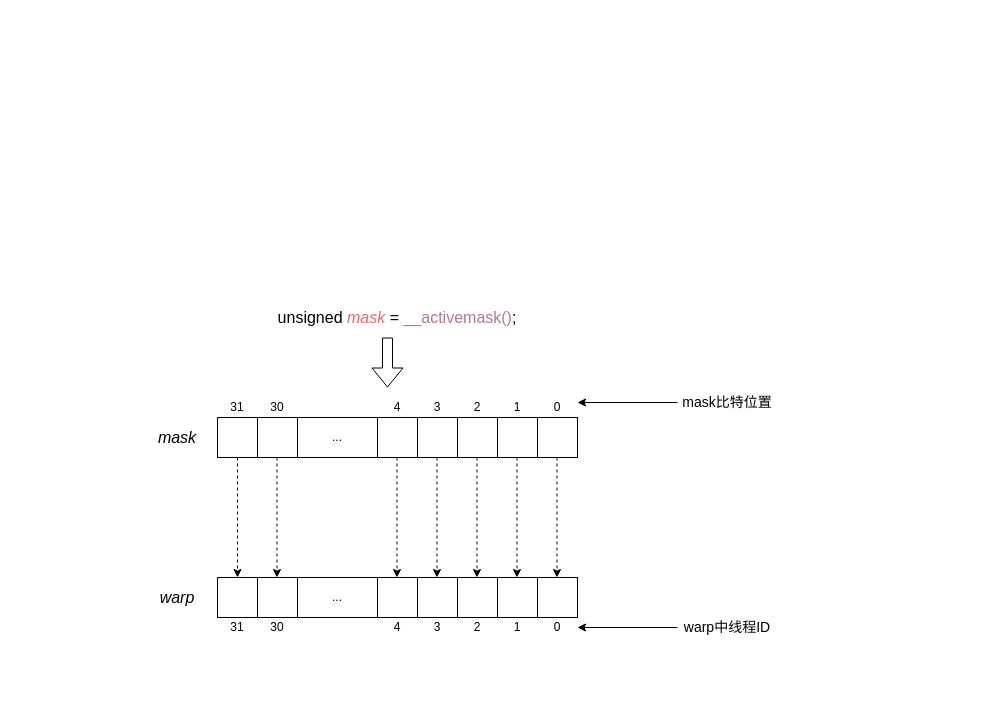
Above: warp/warp_vote/__activemask.drawio in alanzhai219/cuda_learn (draw.io), before the change. Source tidied: cells renumbered, new cells numbered last; positions are measured from the earlier drawing's top-left corner, leaving out a move shared by most shapes. Both pictures are drawn from the tidied source at 100%, with x=0, y=0 at pixel (137, 297).
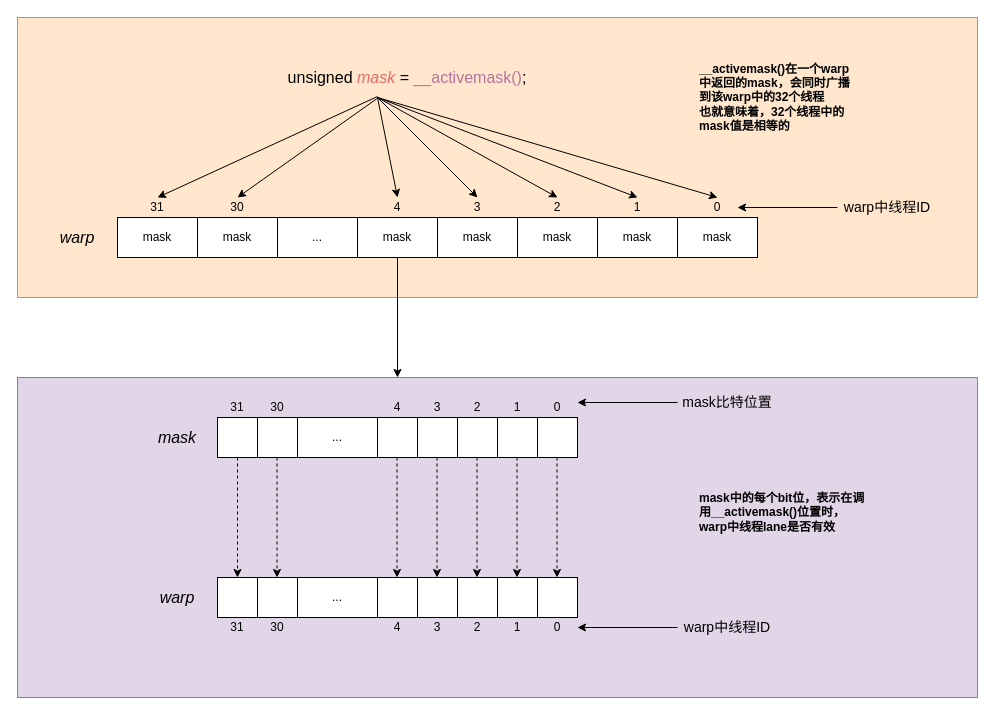
The same page after the edit.

Diff of the diagram source:
```diff
@@
+    <mxCell id="47" style="rounded=0;whiteSpace=wrap;html=1;strokeWidth=1;fillColor=#e1d5e7;strokeColor=#9673a6;" parent="1" vertex="1">
+      <mxGeometry x="-120" y="80" width="960" height="320" as="geometry" />
+    </mxCell>
+    <mxCell id="48" style="rounded=0;whiteSpace=wrap;html=1;strokeWidth=1;fillColor=#ffe6cc;strokeColor=#d79b00;" parent="1" vertex="1">
+      <mxGeometry x="-120" y="-280" width="960" height="280" as="geometry" />
+    </mxCell>
@@
     <mxCell id="8" value="&lt;font style=&quot;font-size: 16px&quot;&gt;unsigned &lt;font color=&quot;#ea6b66&quot;&gt;&lt;i&gt;mask&lt;/i&gt;&lt;/font&gt; = &lt;font color=&quot;#b5739d&quot;&gt;__activemask()&lt;/font&gt;;&lt;/font&gt;" style="text;html=1;strokeColor=none;fillColor=none;align=center;verticalAlign=middle;whiteSpace=wrap;rounded=0;" parent="1" vertex="1">
-      <mxGeometry x="120" width="280" height="40" as="geometry" />
+      <mxGeometry x="130" y="-240" width="280" height="40" as="geometry" />
     </mxCell>
@@
-    <mxCell id="35" style="shape=flexArrow;endArrow=classic;html=1;" parent="1" edge="1">
-      <mxGeometry relative="1" as="geometry">
-        <mxPoint x="250" y="40" as="sourcePoint" />
-        <mxPoint x="250" y="90" as="targetPoint" />
-      </mxGeometry>
-    </mxCell>
@@
     <mxCell id="45" style="endArrow=classic;html=1;entryX=1;entryY=0.25;entryDx=0;entryDy=0;" parent="1" edge="1" source="46">
       <mxGeometry relative="1" as="geometry">
-        <mxPoint x="440" y="330" as="targetPoint" />
+        <mxPoint x="600" y="-90" as="targetPoint" />
       </mxGeometry>
     </mxCell>
     <mxCell id="46" value="&lt;font style=&quot;font-size: 14px&quot;&gt;warp中线程ID&lt;/font&gt;" style="text;html=1;strokeColor=none;fillColor=none;align=center;verticalAlign=middle;whiteSpace=wrap;rounded=0;strokeWidth=1;" parent="1" vertex="1">
-      <mxGeometry x="540" y="320" width="100" height="20" as="geometry" />
+      <mxGeometry x="700" y="-100" width="100" height="20" as="geometry" />
     </mxCell>
+    <mxCell id="49" value="mask" style="rounded=0;whiteSpace=wrap;html=1;" parent="1" vertex="1">
+      <mxGeometry x="220" y="-80" width="80" height="40" as="geometry" />
+    </mxCell>
+    <mxCell id="50" value="mask" style="rounded=0;whiteSpace=wrap;html=1;" parent="1" vertex="1">
+      <mxGeometry x="300" y="-80" width="80" height="40" as="geometry" />
+    </mxCell>
+    <mxCell id="51" value="..." style="rounded=0;whiteSpace=wrap;html=1;" parent="1" vertex="1">
+      <mxGeometry x="140" y="-80" width="80" height="40" as="geometry" />
+    </mxCell>
+    <mxCell id="52" value="mask" style="rounded=0;whiteSpace=wrap;html=1;" parent="1" vertex="1">
+      <mxGeometry x="540" y="-80" width="80" height="40" as="geometry" />
+    </mxCell>
+    <mxCell id="53" value="mask" style="rounded=0;whiteSpace=wrap;html=1;" parent="1" vertex="1">
+      <mxGeometry x="460" y="-80" width="80" height="40" as="geometry" />
+    </mxCell>
+    <mxCell id="54" value="mask" style="rounded=0;whiteSpace=wrap;html=1;" parent="1" vertex="1">
+      <mxGeometry x="380" y="-80" width="80" height="40" as="geometry" />
+    </mxCell>
+    <mxCell id="55" value="mask" style="rounded=0;whiteSpace=wrap;html=1;" parent="1" vertex="1">
+      <mxGeometry x="60" y="-80" width="80" height="40" as="geometry" />
+    </mxCell>
+    <mxCell id="56" value="mask" style="rounded=0;whiteSpace=wrap;html=1;" parent="1" vertex="1">
+      <mxGeometry x="-20" y="-80" width="80" height="40" as="geometry" />
+    </mxCell>
+    <mxCell id="57" value="&lt;font style=&quot;font-size: 16px&quot;&gt;&lt;i&gt;warp&lt;/i&gt;&lt;/font&gt;" style="text;html=1;strokeColor=none;fillColor=none;align=center;verticalAlign=middle;whiteSpace=wrap;rounded=0;" parent="1" vertex="1">
+      <mxGeometry x="-100" y="-80" width="80" height="40" as="geometry" />
+    </mxCell>
+    <mxCell id="58" value="0" style="text;html=1;strokeColor=none;fillColor=none;align=center;verticalAlign=middle;whiteSpace=wrap;rounded=0;" parent="1" vertex="1">
+      <mxGeometry x="560" y="-100" width="40" height="20" as="geometry" />
+    </mxCell>
+    <mxCell id="59" value="4" style="text;html=1;strokeColor=none;fillColor=none;align=center;verticalAlign=middle;whiteSpace=wrap;rounded=0;" parent="1" vertex="1">
+      <mxGeometry x="240" y="-100" width="40" height="20" as="geometry" />
+    </mxCell>
+    <mxCell id="60" value="3" style="text;html=1;strokeColor=none;fillColor=none;align=center;verticalAlign=middle;whiteSpace=wrap;rounded=0;" parent="1" vertex="1">
+      <mxGeometry x="320" y="-100" width="40" height="20" as="geometry" />
+    </mxCell>
+    <mxCell id="61" value="2" style="text;html=1;strokeColor=none;fillColor=none;align=center;verticalAlign=middle;whiteSpace=wrap;rounded=0;" parent="1" vertex="1">
+      <mxGeometry x="400" y="-100" width="40" height="20" as="geometry" />
+    </mxCell>
+    <mxCell id="62" value="1" style="text;html=1;strokeColor=none;fillColor=none;align=center;verticalAlign=middle;whiteSpace=wrap;rounded=0;" parent="1" vertex="1">
+      <mxGeometry x="480" y="-100" width="40" height="20" as="geometry" />
+    </mxCell>
+    <mxCell id="63" value="30" style="text;html=1;strokeColor=none;fillColor=none;align=center;verticalAlign=middle;whiteSpace=wrap;rounded=0;" parent="1" vertex="1">
+      <mxGeometry x="80" y="-100" width="40" height="20" as="geometry" />
+    </mxCell>
+    <mxCell id="64" value="31" style="text;html=1;strokeColor=none;fillColor=none;align=center;verticalAlign=middle;whiteSpace=wrap;rounded=0;" parent="1" vertex="1">
+      <mxGeometry y="-100" width="40" height="20" as="geometry" />
+    </mxCell>
+    <mxCell id="65" style="endArrow=classic;html=1;" parent="1" edge="1" source="49">
+      <mxGeometry relative="1" as="geometry">
+        <mxPoint x="260" y="80" as="targetPoint" />
+      </mxGeometry>
+    </mxCell>
+    <mxCell id="66" style="endArrow=classic;html=1;entryX=1;entryY=0.25;entryDx=0;entryDy=0;" parent="1" edge="1" source="67">
+      <mxGeometry relative="1" as="geometry">
+        <mxPoint x="440" y="330" as="targetPoint" />
+      </mxGeometry>
+    </mxCell>
+    <mxCell id="67" value="&lt;font style=&quot;font-size: 14px&quot;&gt;warp中线程ID&lt;/font&gt;" style="text;html=1;strokeColor=none;fillColor=none;align=center;verticalAlign=middle;whiteSpace=wrap;rounded=0;strokeWidth=1;" parent="1" vertex="1">
+      <mxGeometry x="540" y="320" width="100" height="20" as="geometry" />
+    </mxCell>
+    <mxCell id="68" style="endArrow=classic;html=1;exitX=0.393;exitY=0.975;exitDx=0;exitDy=0;exitPerimeter=0;entryX=0.5;entryY=0;entryDx=0;entryDy=0;" parent="1" edge="1" source="8" target="64">
+      <mxGeometry relative="1" as="geometry" />
+    </mxCell>
+    <mxCell id="69" style="endArrow=classic;html=1;entryX=0.5;entryY=0;entryDx=0;entryDy=0;" parent="1" edge="1" target="63">
+      <mxGeometry relative="1" as="geometry">
+        <mxPoint x="241" y="-200" as="sourcePoint" />
+      </mxGeometry>
+    </mxCell>
+    <mxCell id="70" style="endArrow=classic;html=1;entryX=0.5;entryY=0;entryDx=0;entryDy=0;" parent="1" edge="1" target="59">
+      <mxGeometry relative="1" as="geometry">
+        <mxPoint x="240" y="-200" as="sourcePoint" />
+      </mxGeometry>
+    </mxCell>
+    <mxCell id="71" style="endArrow=classic;html=1;entryX=0.5;entryY=0;entryDx=0;entryDy=0;" parent="1" edge="1" target="60">
+      <mxGeometry relative="1" as="geometry">
+        <mxPoint x="240" y="-200" as="sourcePoint" />
+      </mxGeometry>
+    </mxCell>
+    <mxCell id="72" style="endArrow=classic;html=1;entryX=0.5;entryY=0;entryDx=0;entryDy=0;" parent="1" edge="1" target="61">
+      <mxGeometry relative="1" as="geometry">
+        <mxPoint x="240" y="-200" as="sourcePoint" />
+      </mxGeometry>
+    </mxCell>
+    <mxCell id="73" style="endArrow=classic;html=1;entryX=0.5;entryY=0;entryDx=0;entryDy=0;" parent="1" edge="1" target="62">
+      <mxGeometry relative="1" as="geometry">
+        <mxPoint x="240" y="-200" as="sourcePoint" />
+      </mxGeometry>
+    </mxCell>
+    <mxCell id="74" style="endArrow=classic;html=1;entryX=0.5;entryY=0;entryDx=0;entryDy=0;" parent="1" edge="1" target="58">
+      <mxGeometry relative="1" as="geometry">
+        <mxPoint x="240" y="-200" as="sourcePoint" />
+      </mxGeometry>
+    </mxCell>
+    <mxCell id="75" value="&lt;b&gt;__activemask()在一个warp中返回的mask，会同时广播到该warp中的32个线程&lt;br&gt;也就意味着，32个线程中的mask值是相等的&lt;/b&gt;" style="text;html=1;strokeColor=none;fillColor=none;align=left;verticalAlign=middle;whiteSpace=wrap;rounded=0;" parent="1" vertex="1">
+      <mxGeometry x="560" y="-240" width="160" height="80" as="geometry" />
+    </mxCell>
+    <mxCell id="76" value="&lt;b&gt;mask中的每个bit位，表示在调用__activemask()位置时，warp中线程lane是否有效&lt;/b&gt;" style="text;html=1;strokeColor=none;fillColor=none;align=left;verticalAlign=middle;whiteSpace=wrap;rounded=0;" parent="1" vertex="1">
+      <mxGeometry x="560" y="180" width="170" height="70" as="geometry" />
+    </mxCell>
```
